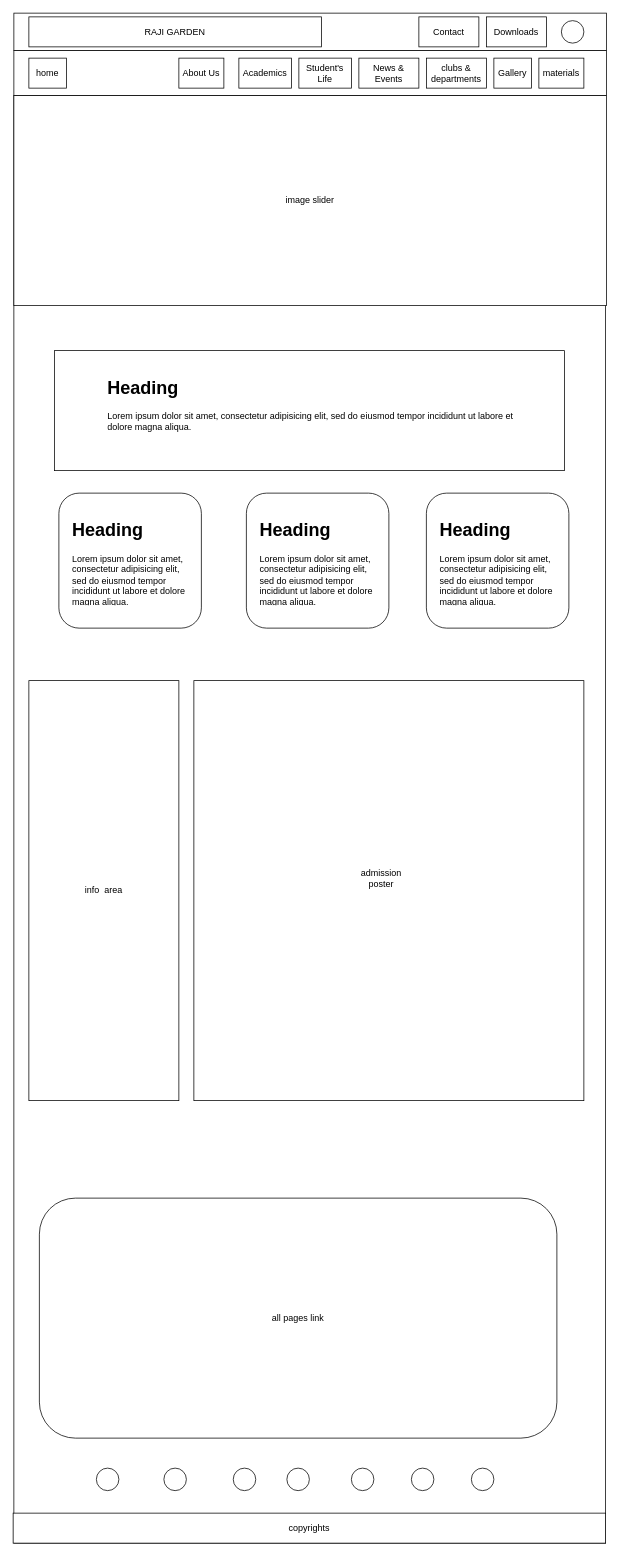
Above: wireframe-design/1-index page.drawio in Lokeshwaran-M/Raji_Garden (draw.io), before the change. Source tidied: cells renumbered, new cells numbered last; positions are measured from the earlier drawing's top-left corner, leaving out a move shared by most shapes. Both pictures are drawn from the tidied source at 75%, with x=0, y=0 at pixel (13, 13).
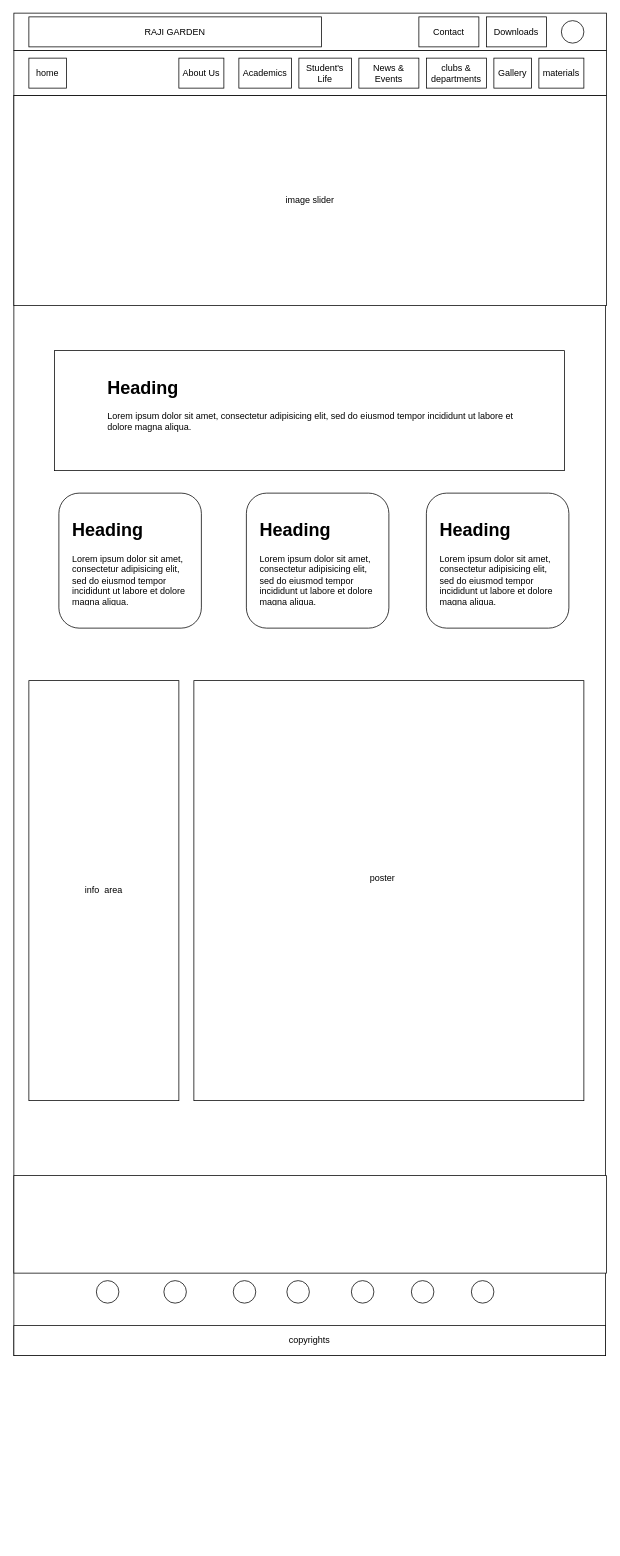
After the change.

Diff of the diagram source:
```diff
@@
+    <mxCell id="3" style="rounded=0;whiteSpace=wrap;html=1;" parent="1" vertex="1">
+      <mxGeometry x="1" width="790" height="50" as="geometry" />
+    </mxCell>
     <mxCell id="2" style="rounded=0;whiteSpace=wrap;html=1;" parent="1" vertex="1">
-      <mxGeometry x="1" y="110" width="789" height="1930" as="geometry" />
+      <mxGeometry x="1" y="110" width="789" height="1680" as="geometry" />
     </mxCell>
-    <mxCell id="3" style="rounded=0;whiteSpace=wrap;html=1;" parent="1" vertex="1">
-      <mxGeometry x="1" width="790" height="50" as="geometry" />
-    </mxCell>
@@
-    <mxCell id="18" value="copyrights" style="rounded=0;whiteSpace=wrap;html=1;" parent="1" vertex="1">
-      <mxGeometry y="2000" width="790" height="40" as="geometry" />
-    </mxCell>
-    <mxCell id="19" style="ellipse;whiteSpace=wrap;html=1;" parent="1" vertex="1">
-      <mxGeometry x="111" y="1940" width="30" height="30" as="geometry" />
-    </mxCell>
-    <mxCell id="20" value="all pages link" style="rounded=1;whiteSpace=wrap;html=1;" parent="1" vertex="1">
-      <mxGeometry x="35" y="1580" width="690" height="320" as="geometry" />
-    </mxCell>
@@
-    <mxCell id="27" style="ellipse;whiteSpace=wrap;html=1;" parent="1" vertex="1">
-      <mxGeometry x="201" y="1940" width="30" height="30" as="geometry" />
-    </mxCell>
-    <mxCell id="28" style="ellipse;whiteSpace=wrap;html=1;" parent="1" vertex="1">
-      <mxGeometry x="611" y="1940" width="30" height="30" as="geometry" />
-    </mxCell>
-    <mxCell id="29" style="ellipse;whiteSpace=wrap;html=1;" parent="1" vertex="1">
-      <mxGeometry x="531" y="1940" width="30" height="30" as="geometry" />
-    </mxCell>
-    <mxCell id="30" style="ellipse;whiteSpace=wrap;html=1;" parent="1" vertex="1">
-      <mxGeometry x="451" y="1940" width="30" height="30" as="geometry" />
-    </mxCell>
-    <mxCell id="31" style="ellipse;whiteSpace=wrap;html=1;" parent="1" vertex="1">
-      <mxGeometry x="365" y="1940" width="30" height="30" as="geometry" />
-    </mxCell>
-    <mxCell id="32" style="ellipse;whiteSpace=wrap;html=1;" parent="1" vertex="1">
-      <mxGeometry x="293.5" y="1940" width="30" height="30" as="geometry" />
-    </mxCell>
@@
-    <mxCell id="37" value="admission poster" style="text;html=1;strokeColor=none;fillColor=none;align=center;verticalAlign=middle;whiteSpace=wrap;rounded=0;" parent="1" vertex="1">
+    <mxCell id="37" value="&amp;nbsp;poster" style="text;html=1;strokeColor=none;fillColor=none;align=center;verticalAlign=middle;whiteSpace=wrap;rounded=0;" parent="1" vertex="1">
       <mxGeometry x="461" y="1139" width="60" height="30" as="geometry" />
     </mxCell>
+    <mxCell id="18" value="copyrights" style="rounded=0;whiteSpace=wrap;html=1;" parent="1" vertex="1">
+      <mxGeometry x="1" y="1750" width="789" height="40" as="geometry" />
+    </mxCell>
+    <mxCell id="38" style="ellipse;whiteSpace=wrap;html=1;" parent="1" vertex="1">
+      <mxGeometry x="111" y="1690" width="30" height="30" as="geometry" />
+    </mxCell>
+    <mxCell id="39" style="ellipse;whiteSpace=wrap;html=1;" parent="1" vertex="1">
+      <mxGeometry x="611" y="1690" width="30" height="30" as="geometry" />
+    </mxCell>
+    <mxCell id="40" style="ellipse;whiteSpace=wrap;html=1;" parent="1" vertex="1">
+      <mxGeometry x="201" y="1690" width="30" height="30" as="geometry" />
+    </mxCell>
+    <mxCell id="41" style="ellipse;whiteSpace=wrap;html=1;" parent="1" vertex="1">
+      <mxGeometry x="531" y="1690" width="30" height="30" as="geometry" />
+    </mxCell>
+    <mxCell id="42" style="ellipse;whiteSpace=wrap;html=1;" parent="1" vertex="1">
+      <mxGeometry x="451" y="1690" width="30" height="30" as="geometry" />
+    </mxCell>
+    <mxCell id="43" style="ellipse;whiteSpace=wrap;html=1;" parent="1" vertex="1">
+      <mxGeometry x="365" y="1690" width="30" height="30" as="geometry" />
+    </mxCell>
+    <mxCell id="44" style="ellipse;whiteSpace=wrap;html=1;" parent="1" vertex="1">
+      <mxGeometry x="293.5" y="1690" width="30" height="30" as="geometry" />
+    </mxCell>
+    <mxCell id="45" style="rounded=0;whiteSpace=wrap;html=1;" parent="1" vertex="1">
+      <mxGeometry x="1" y="1550" width="790" height="130" as="geometry" />
+    </mxCell>
```
